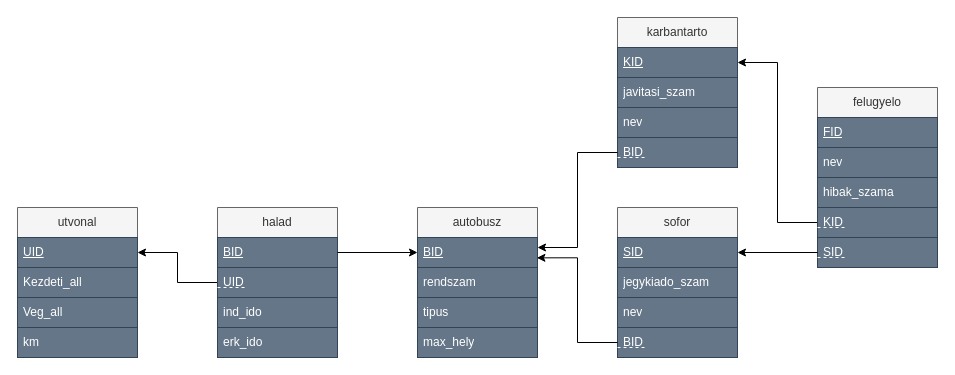
HonDaniel/HR6121_DB1Gyak keeps this draw.io diagram as DBSemTaskHR6121/RMHR6121.drawio. Above is the earlier version. Source tidied: cells renumbered, new cells numbered last; positions are measured from the earlier drawing's top-left corner, leaving out a move shared by most shapes. Both pictures are drawn from the tidied source at 100%, with x=0, y=0 at pixel (17, 17).
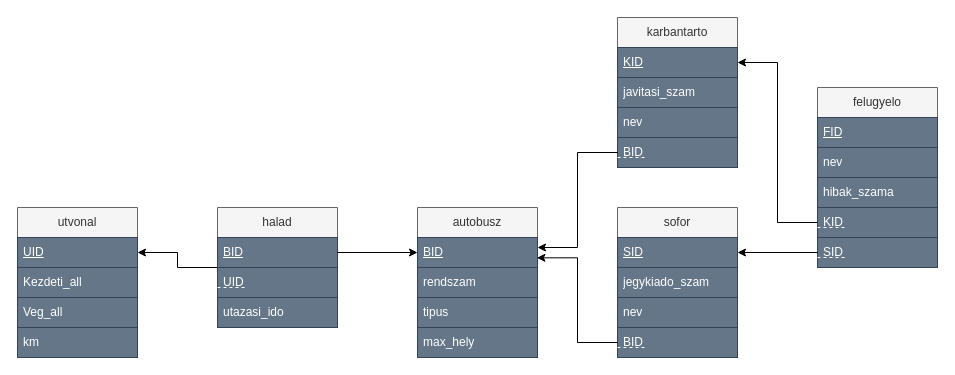
Above is the later version.

Change to the diagram source:
```diff
@@
     <mxCell id="8" value="halad" style="swimlane;fontStyle=0;horizontal=1;startSize=30;whiteSpace=wrap;html=1;fillColor=#f5f5f5;fontColor=#333333;strokeColor=#666666;" parent="1" vertex="1">
-      <mxGeometry x="200" y="190" width="120" height="150" as="geometry" />
+      <mxGeometry x="200" y="190" width="120" height="120" as="geometry" />
     </mxCell>
@@
-    <mxCell id="12" value="ind_ido" style="text;strokeColor=#314354;fillColor=#647687;align=left;verticalAlign=middle;spacingLeft=4;spacingRight=4;overflow=hidden;whiteSpace=wrap;html=1;fontColor=#ffffff;" parent="8" vertex="1">
+    <mxCell id="12" value="utazasi_ido" style="text;strokeColor=#314354;fillColor=#647687;align=left;verticalAlign=middle;spacingLeft=4;spacingRight=4;overflow=hidden;whiteSpace=wrap;html=1;fontColor=#ffffff;" parent="8" vertex="1">
       <mxGeometry y="90" width="120" height="30" as="geometry" />
     </mxCell>
-    <mxCell id="13" value="erk_ido" style="text;strokeColor=#314354;fillColor=#647687;align=left;verticalAlign=middle;spacingLeft=4;spacingRight=4;overflow=hidden;whiteSpace=wrap;html=1;fontColor=#ffffff;" parent="8" vertex="1">
-      <mxGeometry y="120" width="120" height="30" as="geometry" />
-    </mxCell>
```
